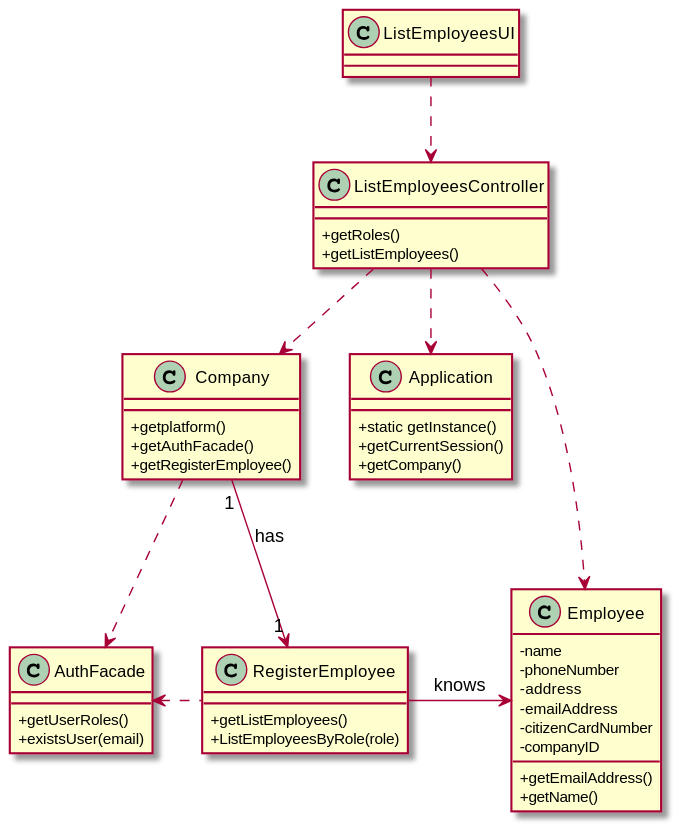
Before: docs/SprintB/UserStories/US11/US11_CD.svg, a diagram exported from PlantUML (diogonapoles/isep-lapr2).
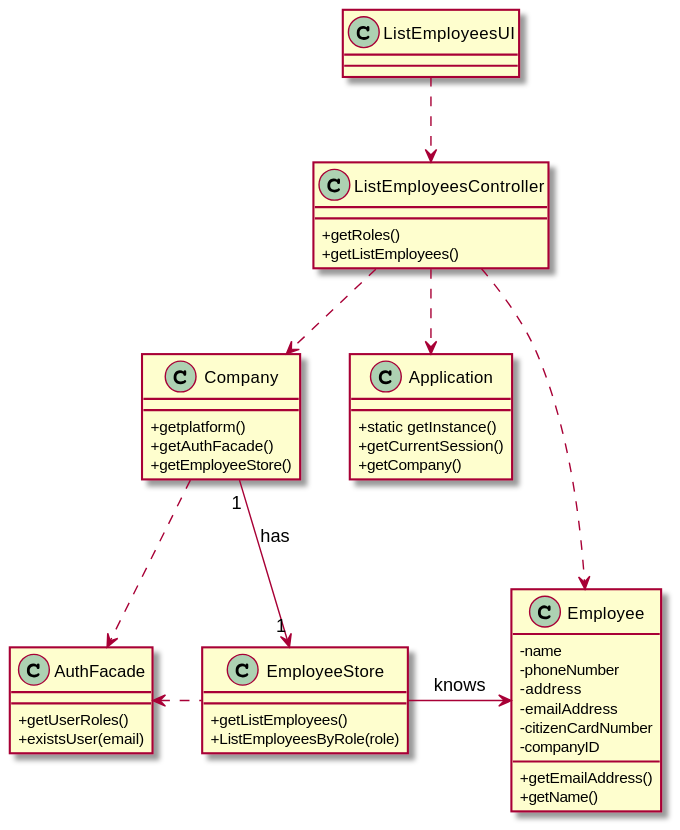
Later version of the same file.

Diff of the diagram source:
```diff
@@ -17,7 +17,7 @@
 class Company {
 +getplatform()
 +getAuthFacade()
-+getRegisterEmployee()
++getEmployeeStore()
 }
 
 class Employee {
@@ -32,7 +32,7 @@
 }
 
 
-class RegisterEmployee{
+class EmployeeStore{
 +getListEmployees()
 +ListEmployeesByRole(role)
 
@@ -60,10 +60,10 @@
 ListEmployeesController ..> Application
 ListEmployeesController ..> Company
 Company ..> AuthFacade
-RegisterEmployee .left.> AuthFacade
+EmployeeStore .left.> AuthFacade
 ListEmployeesController ..> Employee
-Company "1" --> "1" RegisterEmployee : has
-RegisterEmployee -right-> Employee : knows
+Company "1" --> "1" EmployeeStore : has
+EmployeeStore -right-> Employee : knows
 
 
 
```
